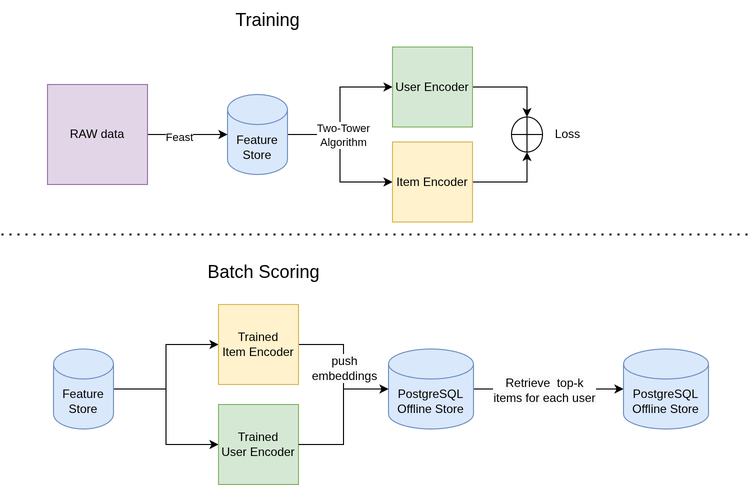
Earlier version of the draw.io export figures/training_and_batch_scoring.png (vinli0921/product-recommender-system). Source tidied: cells renumbered, new cells last; positions are measured from the earlier drawing's top-left corner, leaving out a move shared by most shapes. Source of this version:
```xml
<mxGraphModel>
  <root>
    <mxCell id="0" />
    <mxCell id="1" parent="0" />
    <mxCell id="2" style="edgeStyle=orthogonalEdgeStyle;rounded=0;jettySize=auto;html=1;entryX=0;entryY=0.5;entryDx=0;entryDy=0;" parent="1" edge="1" source="5" target="7">
      <mxGeometry relative="1" as="geometry" />
    </mxCell>
    <mxCell id="3" style="edgeStyle=orthogonalEdgeStyle;rounded=0;jettySize=auto;html=1;" parent="1" edge="1" source="5" target="9">
      <mxGeometry relative="1" as="geometry" />
    </mxCell>
    <mxCell id="4" value="Two-Tower&lt;br&gt;Algorithm" style="edgeLabel;html=1;align=center;verticalAlign=middle;" parent="3" vertex="1">
      <mxGeometry x="-0.31" y="3" relative="1" as="geometry">
        <mxPoint x="3" y="3" as="offset" />
      </mxGeometry>
    </mxCell>
    <mxCell id="5" value="Feature Store" style="shape=cylinder3;whiteSpace=wrap;html=1;boundedLbl=1;backgroundOutline=1;size=15;fillColor=#dae8fc;strokeColor=#6c8ebf;" parent="1" vertex="1">
      <mxGeometry x="226" y="94" width="60" height="80" as="geometry" />
    </mxCell>
    <mxCell id="6" style="edgeStyle=orthogonalEdgeStyle;rounded=0;jettySize=auto;html=1;entryX=0.5;entryY=0;entryDx=0;entryDy=0;" parent="1" edge="1" source="7" target="10">
      <mxGeometry relative="1" as="geometry" />
    </mxCell>
    <mxCell id="7" value="User Encoder" style="whiteSpace=wrap;html=1;fillColor=#d5e8d4;strokeColor=#82b366;" parent="1" vertex="1">
      <mxGeometry x="391" y="46.5" width="80" height="80" as="geometry" />
    </mxCell>
    <mxCell id="8" style="edgeStyle=orthogonalEdgeStyle;rounded=0;jettySize=auto;html=1;entryX=0.5;entryY=1;entryDx=0;entryDy=0;" parent="1" edge="1" source="9" target="10">
      <mxGeometry relative="1" as="geometry" />
    </mxCell>
    <mxCell id="9" value="Item Encoder" style="whiteSpace=wrap;html=1;fillColor=#fff2cc;strokeColor=#d6b656;" parent="1" vertex="1">
      <mxGeometry x="391" y="141.5" width="80" height="80" as="geometry" />
    </mxCell>
    <mxCell id="10" style="shape=orEllipse;perimeter=ellipsePerimeter;whiteSpace=wrap;html=1;backgroundOutline=1;" parent="1" vertex="1">
      <mxGeometry x="510" y="116.5" width="31" height="35" as="geometry" />
    </mxCell>
    <mxCell id="11" value="Loss" style="text;html=1;align=center;verticalAlign=middle;strokeColor=none;fillColor=none;" parent="1" vertex="1">
      <mxGeometry x="541" y="119" width="50" height="30" as="geometry" />
    </mxCell>
    <mxCell id="12" value="Training" style="text;html=1;align=center;verticalAlign=middle;strokeColor=none;fillColor=none;fontSize=18;" parent="1" vertex="1">
      <mxGeometry x="221" width="90" height="40" as="geometry" />
    </mxCell>
    <mxCell id="13" style="edgeStyle=orthogonalEdgeStyle;rounded=0;jettySize=auto;html=1;" parent="1" edge="1" source="15" target="23">
      <mxGeometry relative="1" as="geometry" />
    </mxCell>
    <mxCell id="14" style="edgeStyle=orthogonalEdgeStyle;rounded=0;jettySize=auto;html=1;entryX=0;entryY=0.5;entryDx=0;entryDy=0;" parent="1" edge="1" source="15" target="20">
      <mxGeometry relative="1" as="geometry" />
    </mxCell>
    <mxCell id="15" value="Feature Store" style="shape=cylinder3;whiteSpace=wrap;html=1;boundedLbl=1;backgroundOutline=1;size=15;fillColor=#dae8fc;strokeColor=#6c8ebf;" parent="1" vertex="1">
      <mxGeometry x="52" y="348.5" width="60" height="80" as="geometry" />
    </mxCell>
    <mxCell id="16" style="edgeStyle=orthogonalEdgeStyle;rounded=0;jettySize=auto;html=1;" parent="1" edge="1" source="18" target="5">
      <mxGeometry relative="1" as="geometry" />
    </mxCell>
    <mxCell id="17" value="Feast" style="edgeLabel;html=1;align=center;verticalAlign=middle;" parent="16" vertex="1">
      <mxGeometry x="-0.23" y="-2" relative="1" as="geometry" />
    </mxCell>
    <mxCell id="18" value="RAW data" style="whiteSpace=wrap;html=1;fillColor=#e1d5e7;strokeColor=#9673a6;" parent="1" vertex="1">
      <mxGeometry x="46" y="84" width="100" height="100" as="geometry" />
    </mxCell>
    <mxCell id="19" value="Batch Scoring" style="text;html=1;align=center;verticalAlign=middle;strokeColor=none;fillColor=none;fontSize=18;horizontal=1;" parent="1" vertex="1">
      <mxGeometry x="192" y="252" width="140" height="40" as="geometry" />
    </mxCell>
    <mxCell id="20" value="Trained&lt;br&gt;User Encoder" style="whiteSpace=wrap;html=1;fillColor=#d5e8d4;strokeColor=#82b366;" parent="1" vertex="1">
      <mxGeometry x="217" y="404" width="80" height="80" as="geometry" />
    </mxCell>
    <mxCell id="21" style="edgeStyle=orthogonalEdgeStyle;rounded=0;jettySize=auto;html=1;" parent="1" edge="1" source="23" target="26">
      <mxGeometry relative="1" as="geometry" />
    </mxCell>
    <mxCell id="22" value="&lt;span style=&quot;font-size: 12px; background-color: rgb(251, 251, 251);&quot;&gt;push&lt;/span&gt;&lt;br style=&quot;font-size: 12px; background-color: rgb(251, 251, 251);&quot;&gt;&lt;span style=&quot;font-size: 12px; background-color: rgb(251, 251, 251);&quot;&gt;embeddings&lt;/span&gt;" style="edgeLabel;html=1;align=center;verticalAlign=middle;" parent="21" vertex="1">
      <mxGeometry x="0.01" relative="1" as="geometry" />
    </mxCell>
    <mxCell id="23" value="Trained&lt;br&gt;Item Encoder" style="whiteSpace=wrap;html=1;fillColor=#fff2cc;strokeColor=#d6b656;" parent="1" vertex="1">
      <mxGeometry x="217" y="304" width="80" height="80" as="geometry" />
    </mxCell>
    <mxCell id="24" style="edgeStyle=orthogonalEdgeStyle;rounded=0;jettySize=auto;html=1;entryX=0;entryY=0.5;entryDx=0;entryDy=0;entryPerimeter=0;" parent="1" edge="1" source="26" target="28">
      <mxGeometry relative="1" as="geometry" />
    </mxCell>
    <mxCell id="25" value="&lt;span style=&quot;font-size: 12px; background-color: rgb(251, 251, 251);&quot;&gt;Retrieve&amp;nbsp; top-k&lt;br&gt;items for each user&lt;/span&gt;" style="edgeLabel;html=1;align=center;verticalAlign=middle;" parent="24" vertex="1">
      <mxGeometry x="-0.07" relative="1" as="geometry">
        <mxPoint y="1" as="offset" />
      </mxGeometry>
    </mxCell>
    <mxCell id="26" value="PostgreSQL&lt;br&gt;Offline Store" style="shape=cylinder3;whiteSpace=wrap;html=1;boundedLbl=1;backgroundOutline=1;size=15;fillColor=#dae8fc;strokeColor=#6c8ebf;" parent="1" vertex="1">
      <mxGeometry x="387" y="348.5" width="85" height="80" as="geometry" />
    </mxCell>
    <mxCell id="27" style="edgeStyle=orthogonalEdgeStyle;rounded=0;jettySize=auto;html=1;entryX=0;entryY=0.5;entryDx=0;entryDy=0;entryPerimeter=0;" parent="1" edge="1" source="20" target="26">
      <mxGeometry relative="1" as="geometry" />
    </mxCell>
    <mxCell id="28" value="PostgreSQL&lt;br&gt;Offline Store" style="shape=cylinder3;whiteSpace=wrap;html=1;boundedLbl=1;backgroundOutline=1;size=15;fillColor=#dae8fc;strokeColor=#6c8ebf;" parent="1" vertex="1">
      <mxGeometry x="622" y="348.5" width="85" height="80" as="geometry" />
    </mxCell>
    <mxCell id="29" style="endArrow=none;dashed=1;html=1;dashPattern=1 3;strokeWidth=2;rounded=0;" parent="1" edge="1">
      <mxGeometry relative="1" as="geometry">
        <mxPoint y="234" as="sourcePoint" />
        <mxPoint x="750" y="234" as="targetPoint" />
      </mxGeometry>
    </mxCell>
  </root>
</mxGraphModel>
```
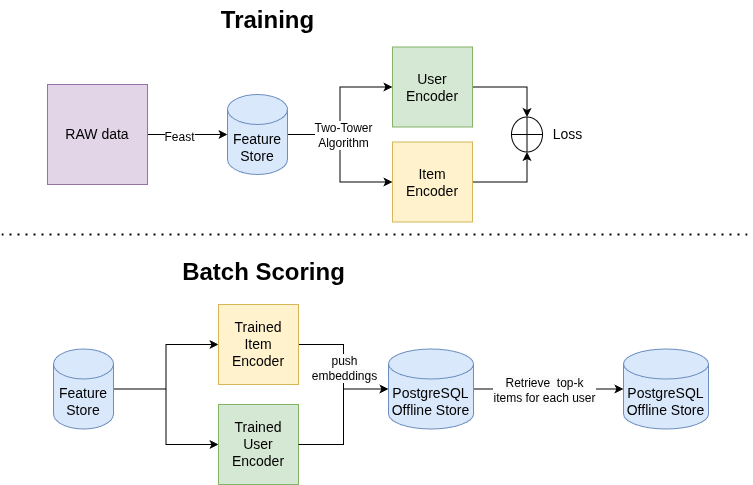
Later version of the same file.

Commit message:
docs: add Data preprocessing to the readme.ms

What changed in the source:
```diff
@@ -2,89 +2,89 @@
   <root>
     <mxCell id="0" />
     <mxCell id="1" parent="0" />
-    <mxCell id="2" style="edgeStyle=orthogonalEdgeStyle;rounded=0;jettySize=auto;html=1;entryX=0;entryY=0.5;entryDx=0;entryDy=0;" parent="1" edge="1" source="5" target="7">
+    <mxCell id="2" style="edgeStyle=orthogonalEdgeStyle;rounded=0;jettySize=auto;html=1;entryX=0;entryY=0.5;entryDx=0;entryDy=0;fontSize=14;" parent="1" edge="1" source="5" target="7">
       <mxGeometry relative="1" as="geometry" />
     </mxCell>
-    <mxCell id="3" style="edgeStyle=orthogonalEdgeStyle;rounded=0;jettySize=auto;html=1;" parent="1" edge="1" source="5" target="9">
+    <mxCell id="3" style="edgeStyle=orthogonalEdgeStyle;rounded=0;jettySize=auto;html=1;fontSize=14;" parent="1" edge="1" source="5" target="9">
       <mxGeometry relative="1" as="geometry" />
     </mxCell>
-    <mxCell id="4" value="Two-Tower&lt;br&gt;Algorithm" style="edgeLabel;html=1;align=center;verticalAlign=middle;" parent="3" vertex="1">
+    <mxCell id="4" value="Two-Tower&lt;br&gt;Algorithm" style="edgeLabel;html=1;align=center;verticalAlign=middle;fontSize=12;" parent="3" vertex="1">
       <mxGeometry x="-0.31" y="3" relative="1" as="geometry">
         <mxPoint x="3" y="3" as="offset" />
       </mxGeometry>
     </mxCell>
-    <mxCell id="5" value="Feature Store" style="shape=cylinder3;whiteSpace=wrap;html=1;boundedLbl=1;backgroundOutline=1;size=15;fillColor=#dae8fc;strokeColor=#6c8ebf;" parent="1" vertex="1">
+    <mxCell id="5" value="&lt;font&gt;Feature Store&lt;/font&gt;" style="shape=cylinder3;whiteSpace=wrap;html=1;boundedLbl=1;backgroundOutline=1;size=15;fillColor=#dae8fc;strokeColor=#6c8ebf;fontSize=14;" parent="1" vertex="1">
       <mxGeometry x="226" y="94" width="60" height="80" as="geometry" />
     </mxCell>
-    <mxCell id="6" style="edgeStyle=orthogonalEdgeStyle;rounded=0;jettySize=auto;html=1;entryX=0.5;entryY=0;entryDx=0;entryDy=0;" parent="1" edge="1" source="7" target="10">
+    <mxCell id="6" style="edgeStyle=orthogonalEdgeStyle;rounded=0;jettySize=auto;html=1;entryX=0.5;entryY=0;entryDx=0;entryDy=0;fontSize=14;" parent="1" edge="1" source="7" target="10">
       <mxGeometry relative="1" as="geometry" />
     </mxCell>
-    <mxCell id="7" value="User Encoder" style="whiteSpace=wrap;html=1;fillColor=#d5e8d4;strokeColor=#82b366;" parent="1" vertex="1">
+    <mxCell id="7" value="User Encoder" style="whiteSpace=wrap;html=1;fillColor=#d5e8d4;strokeColor=#82b366;fontSize=14;" parent="1" vertex="1">
       <mxGeometry x="391" y="46.5" width="80" height="80" as="geometry" />
     </mxCell>
-    <mxCell id="8" style="edgeStyle=orthogonalEdgeStyle;rounded=0;jettySize=auto;html=1;entryX=0.5;entryY=1;entryDx=0;entryDy=0;" parent="1" edge="1" source="9" target="10">
+    <mxCell id="8" style="edgeStyle=orthogonalEdgeStyle;rounded=0;jettySize=auto;html=1;entryX=0.5;entryY=1;entryDx=0;entryDy=0;fontSize=14;" parent="1" edge="1" source="9" target="10">
       <mxGeometry relative="1" as="geometry" />
     </mxCell>
-    <mxCell id="9" value="Item Encoder" style="whiteSpace=wrap;html=1;fillColor=#fff2cc;strokeColor=#d6b656;" parent="1" vertex="1">
+    <mxCell id="9" value="Item Encoder" style="whiteSpace=wrap;html=1;fillColor=#fff2cc;strokeColor=#d6b656;fontSize=14;" parent="1" vertex="1">
       <mxGeometry x="391" y="141.5" width="80" height="80" as="geometry" />
     </mxCell>
-    <mxCell id="10" style="shape=orEllipse;perimeter=ellipsePerimeter;whiteSpace=wrap;html=1;backgroundOutline=1;" parent="1" vertex="1">
+    <mxCell id="10" style="shape=orEllipse;perimeter=ellipsePerimeter;whiteSpace=wrap;html=1;backgroundOutline=1;fontSize=14;" parent="1" vertex="1">
       <mxGeometry x="510" y="116.5" width="31" height="35" as="geometry" />
     </mxCell>
-    <mxCell id="11" value="Loss" style="text;html=1;align=center;verticalAlign=middle;strokeColor=none;fillColor=none;" parent="1" vertex="1">
+    <mxCell id="11" value="Loss" style="text;html=1;align=center;verticalAlign=middle;strokeColor=none;fillColor=none;fontSize=14;" parent="1" vertex="1">
       <mxGeometry x="541" y="119" width="50" height="30" as="geometry" />
     </mxCell>
-    <mxCell id="12" value="Training" style="text;html=1;align=center;verticalAlign=middle;strokeColor=none;fillColor=none;fontSize=18;" parent="1" vertex="1">
-      <mxGeometry x="221" width="90" height="40" as="geometry" />
+    <mxCell id="12" value="&lt;font style=&quot;font-size: 24px;&quot;&gt;&lt;b&gt;Training&lt;/b&gt;&lt;/font&gt;" style="text;html=1;align=center;verticalAlign=middle;strokeColor=none;fillColor=none;fontSize=18;" parent="1" vertex="1">
+      <mxGeometry x="206" width="120" height="40" as="geometry" />
     </mxCell>
-    <mxCell id="13" style="edgeStyle=orthogonalEdgeStyle;rounded=0;jettySize=auto;html=1;" parent="1" edge="1" source="15" target="23">
+    <mxCell id="13" style="edgeStyle=orthogonalEdgeStyle;rounded=0;jettySize=auto;html=1;fontSize=14;" parent="1" edge="1" source="15" target="23">
       <mxGeometry relative="1" as="geometry" />
     </mxCell>
-    <mxCell id="14" style="edgeStyle=orthogonalEdgeStyle;rounded=0;jettySize=auto;html=1;entryX=0;entryY=0.5;entryDx=0;entryDy=0;" parent="1" edge="1" source="15" target="20">
+    <mxCell id="14" style="edgeStyle=orthogonalEdgeStyle;rounded=0;jettySize=auto;html=1;entryX=0;entryY=0.5;entryDx=0;entryDy=0;fontSize=14;" parent="1" edge="1" source="15" target="20">
       <mxGeometry relative="1" as="geometry" />
     </mxCell>
-    <mxCell id="15" value="Feature Store" style="shape=cylinder3;whiteSpace=wrap;html=1;boundedLbl=1;backgroundOutline=1;size=15;fillColor=#dae8fc;strokeColor=#6c8ebf;" parent="1" vertex="1">
+    <mxCell id="15" value="Feature Store" style="shape=cylinder3;whiteSpace=wrap;html=1;boundedLbl=1;backgroundOutline=1;size=15;fillColor=#dae8fc;strokeColor=#6c8ebf;fontSize=14;" parent="1" vertex="1">
       <mxGeometry x="52" y="348.5" width="60" height="80" as="geometry" />
     </mxCell>
-    <mxCell id="16" style="edgeStyle=orthogonalEdgeStyle;rounded=0;jettySize=auto;html=1;" parent="1" edge="1" source="18" target="5">
+    <mxCell id="16" style="edgeStyle=orthogonalEdgeStyle;rounded=0;jettySize=auto;html=1;fontSize=14;" parent="1" edge="1" source="18" target="5">
       <mxGeometry relative="1" as="geometry" />
     </mxCell>
-    <mxCell id="17" value="Feast" style="edgeLabel;html=1;align=center;verticalAlign=middle;" parent="16" vertex="1">
+    <mxCell id="17" value="Feast" style="edgeLabel;html=1;align=center;verticalAlign=middle;fontSize=12;" parent="16" vertex="1">
       <mxGeometry x="-0.23" y="-2" relative="1" as="geometry" />
     </mxCell>
-    <mxCell id="18" value="RAW data" style="whiteSpace=wrap;html=1;fillColor=#e1d5e7;strokeColor=#9673a6;" parent="1" vertex="1">
+    <mxCell id="18" value="&lt;font&gt;RAW data&lt;/font&gt;" style="whiteSpace=wrap;html=1;fillColor=#e1d5e7;strokeColor=#9673a6;fontSize=14;" parent="1" vertex="1">
       <mxGeometry x="46" y="84" width="100" height="100" as="geometry" />
     </mxCell>
-    <mxCell id="19" value="Batch Scoring" style="text;html=1;align=center;verticalAlign=middle;strokeColor=none;fillColor=none;fontSize=18;horizontal=1;" parent="1" vertex="1">
-      <mxGeometry x="192" y="252" width="140" height="40" as="geometry" />
+    <mxCell id="19" value="&lt;font style=&quot;font-size: 24px;&quot;&gt;&lt;b&gt;Batch Scoring&lt;/b&gt;&lt;/font&gt;" style="text;html=1;align=center;verticalAlign=middle;strokeColor=none;fillColor=none;fontSize=18;horizontal=1;" parent="1" vertex="1">
+      <mxGeometry x="167" y="252" width="190" height="40" as="geometry" />
     </mxCell>
-    <mxCell id="20" value="Trained&lt;br&gt;User Encoder" style="whiteSpace=wrap;html=1;fillColor=#d5e8d4;strokeColor=#82b366;" parent="1" vertex="1">
+    <mxCell id="20" value="Trained&lt;br&gt;User Encoder" style="whiteSpace=wrap;html=1;fillColor=#d5e8d4;strokeColor=#82b366;fontSize=14;" parent="1" vertex="1">
       <mxGeometry x="217" y="404" width="80" height="80" as="geometry" />
     </mxCell>
-    <mxCell id="21" style="edgeStyle=orthogonalEdgeStyle;rounded=0;jettySize=auto;html=1;" parent="1" edge="1" source="23" target="26">
+    <mxCell id="21" style="edgeStyle=orthogonalEdgeStyle;rounded=0;jettySize=auto;html=1;fontSize=14;" parent="1" edge="1" source="23" target="26">
       <mxGeometry relative="1" as="geometry" />
     </mxCell>
-    <mxCell id="22" value="&lt;span style=&quot;font-size: 12px; background-color: rgb(251, 251, 251);&quot;&gt;push&lt;/span&gt;&lt;br style=&quot;font-size: 12px; background-color: rgb(251, 251, 251);&quot;&gt;&lt;span style=&quot;font-size: 12px; background-color: rgb(251, 251, 251);&quot;&gt;embeddings&lt;/span&gt;" style="edgeLabel;html=1;align=center;verticalAlign=middle;" parent="21" vertex="1">
+    <mxCell id="22" value="&lt;span style=&quot;background-color: rgb(251, 251, 251);&quot;&gt;push&lt;/span&gt;&lt;br style=&quot;background-color: rgb(251, 251, 251);&quot;&gt;&lt;span style=&quot;background-color: rgb(251, 251, 251);&quot;&gt;embeddings&lt;/span&gt;" style="edgeLabel;html=1;align=center;verticalAlign=middle;fontSize=12;" parent="21" vertex="1">
       <mxGeometry x="0.01" relative="1" as="geometry" />
     </mxCell>
-    <mxCell id="23" value="Trained&lt;br&gt;Item Encoder" style="whiteSpace=wrap;html=1;fillColor=#fff2cc;strokeColor=#d6b656;" parent="1" vertex="1">
+    <mxCell id="23" value="Trained&lt;br&gt;Item Encoder" style="whiteSpace=wrap;html=1;fillColor=#fff2cc;strokeColor=#d6b656;fontSize=14;" parent="1" vertex="1">
       <mxGeometry x="217" y="304" width="80" height="80" as="geometry" />
     </mxCell>
-    <mxCell id="24" style="edgeStyle=orthogonalEdgeStyle;rounded=0;jettySize=auto;html=1;entryX=0;entryY=0.5;entryDx=0;entryDy=0;entryPerimeter=0;" parent="1" edge="1" source="26" target="28">
+    <mxCell id="24" style="edgeStyle=orthogonalEdgeStyle;rounded=0;jettySize=auto;html=1;entryX=0;entryY=0.5;entryDx=0;entryDy=0;entryPerimeter=0;fontSize=14;" parent="1" edge="1" source="26" target="28">
       <mxGeometry relative="1" as="geometry" />
     </mxCell>
-    <mxCell id="25" value="&lt;span style=&quot;font-size: 12px; background-color: rgb(251, 251, 251);&quot;&gt;Retrieve&amp;nbsp; top-k&lt;br&gt;items for each user&lt;/span&gt;" style="edgeLabel;html=1;align=center;verticalAlign=middle;" parent="24" vertex="1">
+    <mxCell id="25" value="&lt;span style=&quot;background-color: rgb(251, 251, 251);&quot;&gt;Retrieve&amp;nbsp; top-k&lt;br&gt;items for each user&lt;/span&gt;" style="edgeLabel;html=1;align=center;verticalAlign=middle;fontSize=12;" parent="24" vertex="1">
       <mxGeometry x="-0.07" relative="1" as="geometry">
         <mxPoint y="1" as="offset" />
       </mxGeometry>
     </mxCell>
-    <mxCell id="26" value="PostgreSQL&lt;br&gt;Offline Store" style="shape=cylinder3;whiteSpace=wrap;html=1;boundedLbl=1;backgroundOutline=1;size=15;fillColor=#dae8fc;strokeColor=#6c8ebf;" parent="1" vertex="1">
+    <mxCell id="26" value="PostgreSQL&lt;br&gt;Offline Store" style="shape=cylinder3;whiteSpace=wrap;html=1;boundedLbl=1;backgroundOutline=1;size=15;fillColor=#dae8fc;strokeColor=#6c8ebf;fontSize=14;" parent="1" vertex="1">
       <mxGeometry x="387" y="348.5" width="85" height="80" as="geometry" />
     </mxCell>
-    <mxCell id="27" style="edgeStyle=orthogonalEdgeStyle;rounded=0;jettySize=auto;html=1;entryX=0;entryY=0.5;entryDx=0;entryDy=0;entryPerimeter=0;" parent="1" edge="1" source="20" target="26">
+    <mxCell id="27" style="edgeStyle=orthogonalEdgeStyle;rounded=0;jettySize=auto;html=1;entryX=0;entryY=0.5;entryDx=0;entryDy=0;entryPerimeter=0;fontSize=14;" parent="1" edge="1" source="20" target="26">
       <mxGeometry relative="1" as="geometry" />
     </mxCell>
-    <mxCell id="28" value="PostgreSQL&lt;br&gt;Offline Store" style="shape=cylinder3;whiteSpace=wrap;html=1;boundedLbl=1;backgroundOutline=1;size=15;fillColor=#dae8fc;strokeColor=#6c8ebf;" parent="1" vertex="1">
+    <mxCell id="28" value="PostgreSQL&lt;br&gt;Offline Store" style="shape=cylinder3;whiteSpace=wrap;html=1;boundedLbl=1;backgroundOutline=1;size=15;fillColor=#dae8fc;strokeColor=#6c8ebf;fontSize=14;" parent="1" vertex="1">
       <mxGeometry x="622" y="348.5" width="85" height="80" as="geometry" />
     </mxCell>
     <mxCell id="29" style="endArrow=none;dashed=1;html=1;dashPattern=1 3;strokeWidth=2;rounded=0;" parent="1" edge="1">
```
